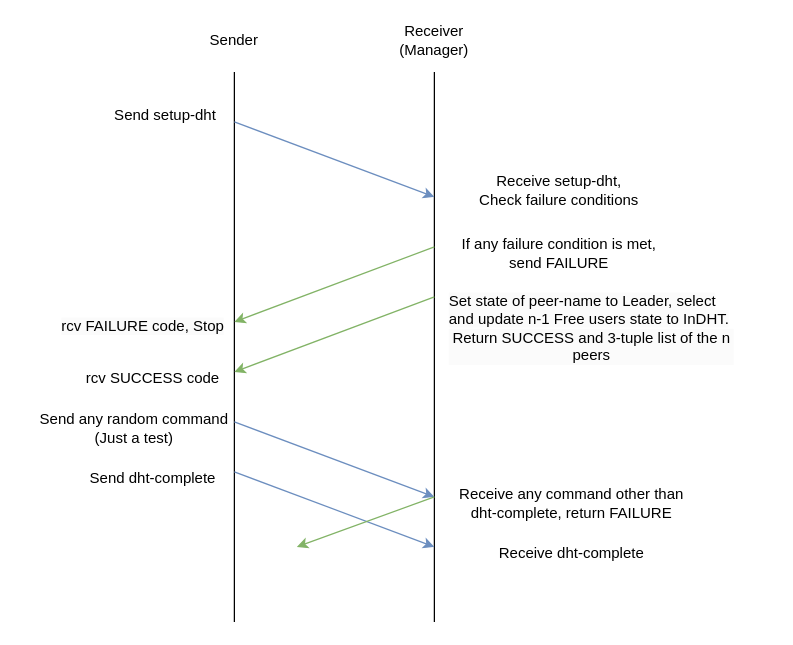
Above: TS2.drawio in TalonRoberts/cse360_helloworld (draw.io), before the change. Source tidied: cells renumbered, new cells numbered last; positions are measured from the earlier drawing's top-left corner, leaving out a move shared by most shapes. Both pictures are drawn from the tidied source at 125%, with x=0, y=0 at pixel (34, 21).
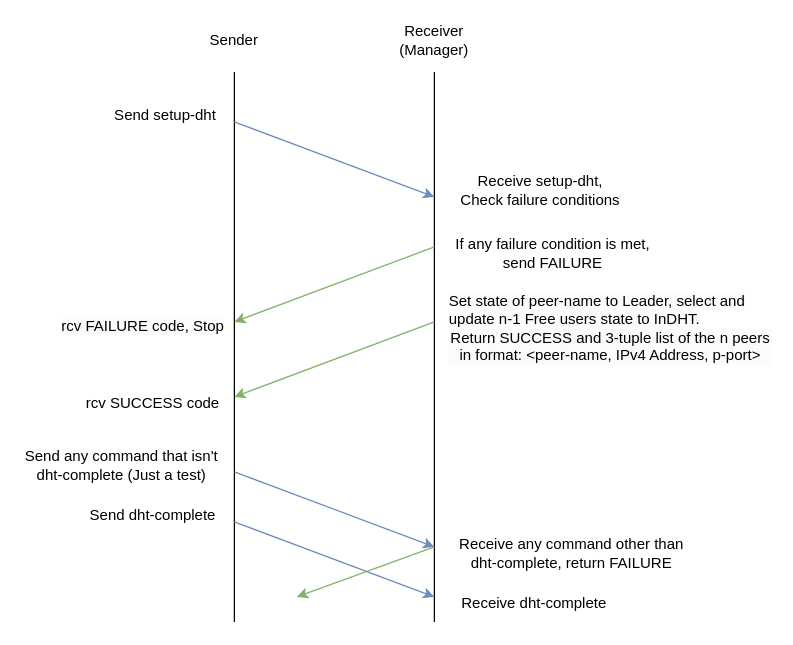
The same page after the edit.

The edit, as a diff of the source:
```diff
@@
     <mxCell id="8" value="Receive setup-dht,&lt;div&gt;Check failure conditions&lt;/div&gt;" style="text;strokeColor=none;align=center;fillColor=none;html=1;verticalAlign=middle;whiteSpace=wrap;rounded=0;" parent="1" vertex="1">
-      <mxGeometry x="320" y="120" width="200" height="30" as="geometry" />
+      <mxGeometry x="340" y="120" width="130" height="30" as="geometry" />
     </mxCell>
     <mxCell id="9" value="If any failure condition is met,&lt;div&gt;send FAILURE&lt;/div&gt;" style="text;strokeColor=none;align=center;fillColor=none;html=1;verticalAlign=middle;whiteSpace=wrap;rounded=0;" parent="1" vertex="1">
-      <mxGeometry x="330" y="170" width="180" height="30" as="geometry" />
+      <mxGeometry x="330" y="170" width="170" height="30" as="geometry" />
     </mxCell>
@@
     <mxCell id="11" style="endArrow=classic;html=1;rounded=0;fillColor=#d5e8d4;strokeColor=#82b366;" parent="1" edge="1">
       <mxGeometry relative="1" as="geometry">
-        <mxPoint x="320" y="220" as="sourcePoint" />
-        <mxPoint x="160" y="280" as="targetPoint" />
+        <mxPoint x="320" y="240" as="sourcePoint" />
+        <mxPoint x="160" y="300" as="targetPoint" />
       </mxGeometry>
     </mxCell>
     <mxCell id="12" value="rcv SUCCESS code" style="text;strokeColor=none;align=center;fillColor=none;html=1;verticalAlign=middle;whiteSpace=wrap;rounded=0;" parent="1" vertex="1">
-      <mxGeometry x="40" y="270" width="110" height="30" as="geometry" />
+      <mxGeometry x="40" y="290" width="110" height="30" as="geometry" />
     </mxCell>
@@
-    <mxCell id="14" value="&lt;span style=&quot;color: rgb(0, 0, 0); font-family: Helvetica; font-size: 12px; font-style: normal; font-variant-ligatures: normal; font-variant-caps: normal; font-weight: 400; letter-spacing: normal; orphans: 2; text-align: center; text-indent: 0px; text-transform: none; widows: 2; word-spacing: 0px; -webkit-text-stroke-width: 0px; white-space: normal; background-color: rgb(251, 251, 251); text-decoration-thickness: initial; text-decoration-style: initial; text-decoration-color: initial; float: none; display: inline !important;&quot;&gt;Set state of peer-name to Leader, select and update n-1 Free users state to InDHT.&lt;/span&gt;&lt;div style=&quot;--tw-border-spacing-x: 0; --tw-border-spacing-y: 0; --tw-translate-x: 0; --tw-translate-y: 0; --tw-rotate: 0; --tw-skew-x: 0; --tw-skew-y: 0; --tw-scale-x: 1; --tw-scale-y: 1; --tw-pan-x: ; --tw-pan-y: ; --tw-pinch-zoom: ; --tw-scroll-snap-strictness: proximity; --tw-gradient-from-position: ; --tw-gradient-via-position: ; --tw-gradient-to-position: ; --tw-ordinal: ; --tw-slashed-zero: ; --tw-numeric-figure: ; --tw-numeric-spacing: ; --tw-numeric-fraction: ; --tw-ring-inset: ; --tw-ring-offset-width: 0px; --tw-ring-offset-color: light-dark(#fff, #000000); --tw-ring-color: rgb(59 130 246 / .5); --tw-ring-offset-shadow: 0 0 #0000; --tw-ring-shadow: 0 0 #0000; --tw-shadow: 0 0 #0000; --tw-shadow-colored: 0 0 #0000; --tw-blur: ; --tw-brightness: ; --tw-contrast: ; --tw-grayscale: ; --tw-hue-rotate: ; --tw-invert: ; --tw-saturate: ; --tw-sepia: ; --tw-drop-shadow: ; --tw-backdrop-blur: ; --tw-backdrop-brightness: ; --tw-backdrop-contrast: ; --tw-backdrop-grayscale: ; --tw-backdrop-hue-rotate: ; --tw-backdrop-invert: ; --tw-backdrop-opacity: ; --tw-backdrop-saturate: ; --tw-backdrop-sepia: ; forced-color-adjust: none; color: rgb(0, 0, 0); font-family: Helvetica; font-size: 12px; font-style: normal; font-variant-ligatures: normal; font-variant-caps: normal; font-weight: 400; letter-spacing: normal; orphans: 2; text-align: center; text-indent: 0px; text-transform: none; widows: 2; word-spacing: 0px; -webkit-text-stroke-width: 0px; white-space: normal; background-color: rgb(251, 251, 251); text-decoration-thickness: initial; text-decoration-style: initial; text-decoration-color: initial;&quot;&gt;Return SUCCESS and 3-tuple list of the n peers&lt;/div&gt;" style="text;whiteSpace=wrap;html=1;" parent="1" vertex="1">
-      <mxGeometry x="330" y="210" width="230" height="110" as="geometry" />
+    <mxCell id="14" value="&lt;span style=&quot;color: rgb(0, 0, 0); font-family: Helvetica; font-size: 12px; font-style: normal; font-variant-ligatures: normal; font-variant-caps: normal; font-weight: 400; letter-spacing: normal; orphans: 2; text-align: center; text-indent: 0px; text-transform: none; widows: 2; word-spacing: 0px; -webkit-text-stroke-width: 0px; white-space: normal; background-color: rgb(251, 251, 251); text-decoration-thickness: initial; text-decoration-style: initial; text-decoration-color: initial; float: none; display: inline !important;&quot;&gt;Set state of peer-name to Leader, select and update n-1 Free users state to InDHT.&lt;/span&gt;&lt;div style=&quot;--tw-border-spacing-x: 0; --tw-border-spacing-y: 0; --tw-translate-x: 0; --tw-translate-y: 0; --tw-rotate: 0; --tw-skew-x: 0; --tw-skew-y: 0; --tw-scale-x: 1; --tw-scale-y: 1; --tw-pan-x: ; --tw-pan-y: ; --tw-pinch-zoom: ; --tw-scroll-snap-strictness: proximity; --tw-gradient-from-position: ; --tw-gradient-via-position: ; --tw-gradient-to-position: ; --tw-ordinal: ; --tw-slashed-zero: ; --tw-numeric-figure: ; --tw-numeric-spacing: ; --tw-numeric-fraction: ; --tw-ring-inset: ; --tw-ring-offset-width: 0px; --tw-ring-offset-color: light-dark(#fff, #000000); --tw-ring-color: rgb(59 130 246 / .5); --tw-ring-offset-shadow: 0 0 #0000; --tw-ring-shadow: 0 0 #0000; --tw-shadow: 0 0 #0000; --tw-shadow-colored: 0 0 #0000; --tw-blur: ; --tw-brightness: ; --tw-contrast: ; --tw-grayscale: ; --tw-hue-rotate: ; --tw-invert: ; --tw-saturate: ; --tw-sepia: ; --tw-drop-shadow: ; --tw-backdrop-blur: ; --tw-backdrop-brightness: ; --tw-backdrop-contrast: ; --tw-backdrop-grayscale: ; --tw-backdrop-hue-rotate: ; --tw-backdrop-invert: ; --tw-backdrop-opacity: ; --tw-backdrop-saturate: ; --tw-backdrop-sepia: ; forced-color-adjust: none; color: rgb(0, 0, 0); font-family: Helvetica; font-size: 12px; font-style: normal; font-variant-ligatures: normal; font-variant-caps: normal; font-weight: 400; letter-spacing: normal; orphans: 2; text-align: center; text-indent: 0px; text-transform: none; widows: 2; word-spacing: 0px; -webkit-text-stroke-width: 0px; white-space: normal; background-color: rgb(251, 251, 251); text-decoration-thickness: initial; text-decoration-style: initial; text-decoration-color: initial;&quot;&gt;Return SUCCESS and 3-tuple list of the n peers in format: &amp;lt;peer-name, IPv4 Address, p-port&amp;gt;&lt;/div&gt;" style="text;whiteSpace=wrap;html=1;" parent="1" vertex="1">
+      <mxGeometry x="330" y="210" width="260" height="110" as="geometry" />
     </mxCell>
     <mxCell id="15" value="Send dht-complete" style="text;strokeColor=none;align=center;fillColor=none;html=1;verticalAlign=middle;whiteSpace=wrap;rounded=0;" parent="1" vertex="1">
-      <mxGeometry x="40" y="350" width="110" height="30" as="geometry" />
+      <mxGeometry x="40" y="380" width="110" height="30" as="geometry" />
     </mxCell>
     <mxCell id="16" style="endArrow=classic;html=1;rounded=0;fillColor=#dae8fc;strokeColor=#6c8ebf;" parent="1" edge="1">
       <mxGeometry relative="1" as="geometry">
-        <mxPoint x="160" y="320" as="sourcePoint" />
-        <mxPoint x="320" y="380" as="targetPoint" />
+        <mxPoint x="160" y="360" as="sourcePoint" />
+        <mxPoint x="320" y="420" as="targetPoint" />
       </mxGeometry>
     </mxCell>
-    <mxCell id="17" value="Send any random command (Just a test)" style="text;strokeColor=none;align=center;fillColor=none;html=1;verticalAlign=middle;whiteSpace=wrap;rounded=0;" parent="1" vertex="1">
-      <mxGeometry y="310" width="160" height="30" as="geometry" />
+    <mxCell id="17" value="Send any command that isn't dht-complete (Just a test)" style="text;strokeColor=none;align=center;fillColor=none;html=1;verticalAlign=middle;whiteSpace=wrap;rounded=0;" parent="1" vertex="1">
+      <mxGeometry x="-10" y="340" width="160" height="30" as="geometry" />
     </mxCell>
     <mxCell id="18" style="endArrow=classic;html=1;rounded=0;fillColor=#dae8fc;strokeColor=#6c8ebf;" parent="1" edge="1">
       <mxGeometry relative="1" as="geometry">
-        <mxPoint x="160" y="360" as="sourcePoint" />
-        <mxPoint x="320" y="420" as="targetPoint" />
+        <mxPoint x="160" y="400" as="sourcePoint" />
+        <mxPoint x="320" y="460" as="targetPoint" />
       </mxGeometry>
     </mxCell>
     <mxCell id="19" value="Receive any command other than dht-complete, return FAILURE" style="text;strokeColor=none;align=center;fillColor=none;html=1;verticalAlign=middle;whiteSpace=wrap;rounded=0;" parent="1" vertex="1">
-      <mxGeometry x="330" y="370" width="200" height="30" as="geometry" />
+      <mxGeometry x="330" y="410" width="200" height="30" as="geometry" />
     </mxCell>
     <mxCell id="20" value="Receive dht-complete" style="text;strokeColor=none;align=center;fillColor=none;html=1;verticalAlign=middle;whiteSpace=wrap;rounded=0;" parent="1" vertex="1">
-      <mxGeometry x="330" y="410" width="200" height="30" as="geometry" />
+      <mxGeometry x="340" y="450" width="120" height="30" as="geometry" />
     </mxCell>
     <mxCell id="21" style="endArrow=classic;html=1;rounded=0;fillColor=#d5e8d4;strokeColor=#82b366;" parent="1" edge="1">
       <mxGeometry relative="1" as="geometry">
-        <mxPoint x="320" y="380" as="sourcePoint" />
-        <mxPoint x="210" y="420" as="targetPoint" />
+        <mxPoint x="320" y="420" as="sourcePoint" />
+        <mxPoint x="210" y="460" as="targetPoint" />
       </mxGeometry>
     </mxCell>
```
